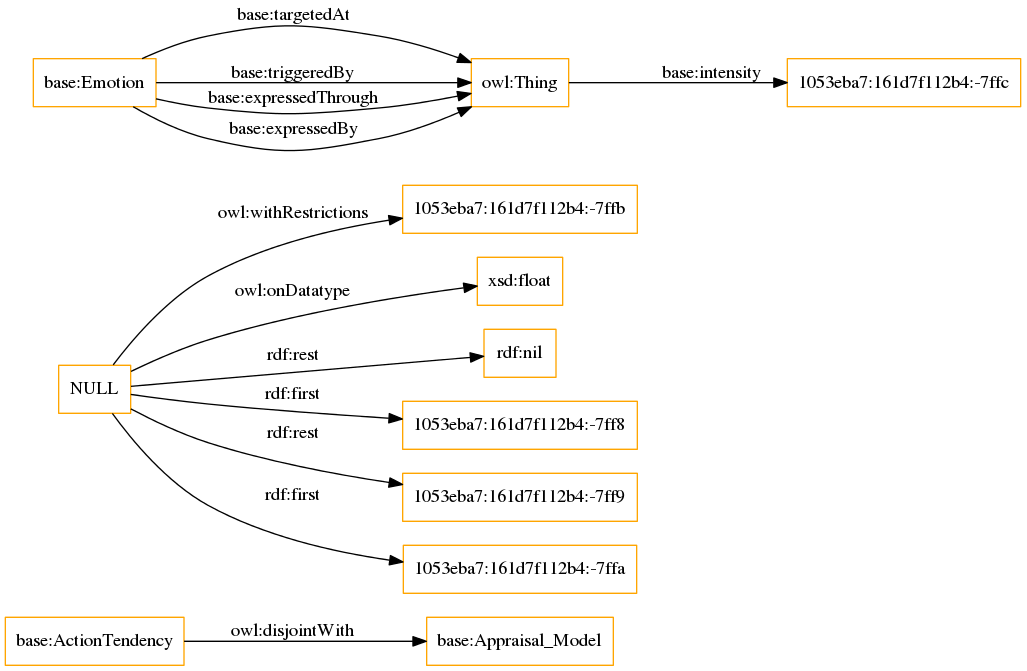
Before: OnToology/HEO.owl/diagrams/ar2dtool-class/HEO.owl.png, a diagram exported from Graphviz (rana-othman/Huam-Affective-States-and-their-influences-Ontology-HASIO). Its source is kept beside it as OnToology/HEO.owl/diagrams/ar2dtool-class/HEO.owl.png.dot. Source of this version:
```dot
digraph ar2dtool_diagram {
rankdir=LR;
size="1501"
node [shape = rectangle, color="orange"]; "base:ActionTendency" "base:Appraisal_Model" ; /*classes style*/
	"base:ActionTendency" -> "base:Appraisal_Model" [ label = "owl:disjointWith" ];
	"NULL" -> "1053eba7:161d7f112b4:-7ffb" [ label = "owl:withRestrictions" ];
	"NULL" -> "xsd:float" [ label = "owl:onDatatype" ];
	"NULL" -> "rdf:nil" [ label = "rdf:rest" ];
	"NULL" -> "1053eba7:161d7f112b4:-7ff8" [ label = "rdf:first" ];
	"NULL" -> "1053eba7:161d7f112b4:-7ff9" [ label = "rdf:rest" ];
	"NULL" -> "1053eba7:161d7f112b4:-7ffa" [ label = "rdf:first" ];
	"base:Emotion" -> "owl:Thing" [ label = "base:targetedAt" ];
	"owl:Thing" -> "1053eba7:161d7f112b4:-7ffc" [ label = "base:intensity" ];
	"base:Emotion" -> "owl:Thing" [ label = "base:triggeredBy" ];
	"base:Emotion" -> "owl:Thing" [ label = "base:expressedThrough" ];
	"base:Emotion" -> "owl:Thing" [ label = "base:expressedBy" ];

}
```
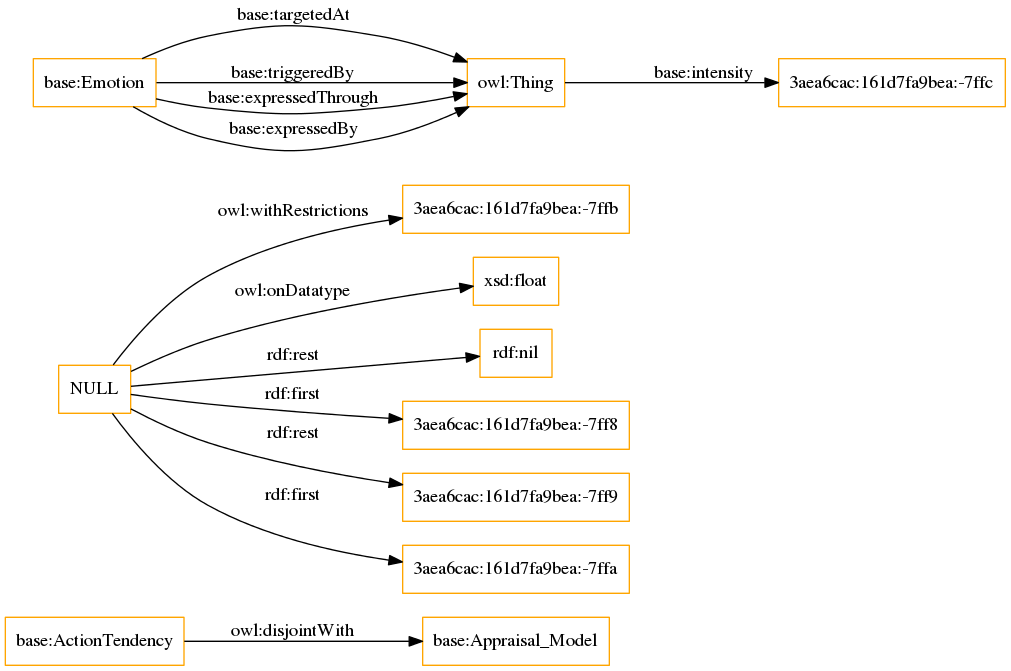
The same diagram one commit later.

Change to the diagram source:
```diff
@@ -3,14 +3,14 @@
 size="1501"
 node [shape = rectangle, color="orange"]; "base:ActionTendency" "base:Appraisal_Model" ; /*classes style*/
 	"base:ActionTendency" -> "base:Appraisal_Model" [ label = "owl:disjointWith" ];
-	"NULL" -> "1053eba7:161d7f112b4:-7ffb" [ label = "owl:withRestrictions" ];
+	"NULL" -> "3aea6cac:161d7fa9bea:-7ffb" [ label = "owl:withRestrictions" ];
 	"NULL" -> "xsd:float" [ label = "owl:onDatatype" ];
 	"NULL" -> "rdf:nil" [ label = "rdf:rest" ];
-	"NULL" -> "1053eba7:161d7f112b4:-7ff8" [ label = "rdf:first" ];
-	"NULL" -> "1053eba7:161d7f112b4:-7ff9" [ label = "rdf:rest" ];
-	"NULL" -> "1053eba7:161d7f112b4:-7ffa" [ label = "rdf:first" ];
+	"NULL" -> "3aea6cac:161d7fa9bea:-7ff8" [ label = "rdf:first" ];
+	"NULL" -> "3aea6cac:161d7fa9bea:-7ff9" [ label = "rdf:rest" ];
+	"NULL" -> "3aea6cac:161d7fa9bea:-7ffa" [ label = "rdf:first" ];
 	"base:Emotion" -> "owl:Thing" [ label = "base:targetedAt" ];
-	"owl:Thing" -> "1053eba7:161d7f112b4:-7ffc" [ label = "base:intensity" ];
+	"owl:Thing" -> "3aea6cac:161d7fa9bea:-7ffc" [ label = "base:intensity" ];
 	"base:Emotion" -> "owl:Thing" [ label = "base:triggeredBy" ];
 	"base:Emotion" -> "owl:Thing" [ label = "base:expressedThrough" ];
 	"base:Emotion" -> "owl:Thing" [ label = "base:expressedBy" ];
```
